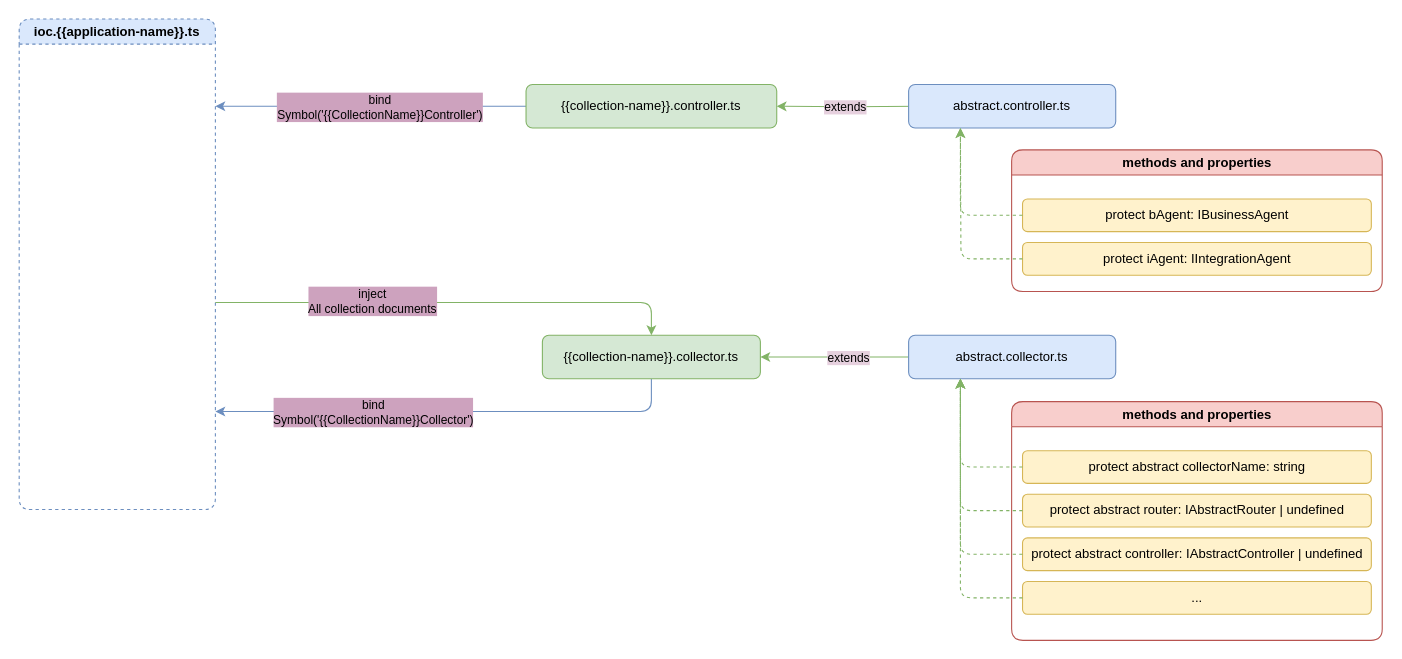
Above: documentation/server-platform/drawio/AbstractDocuments/AbstractController.drawio in Avelate/avelate-documentation (draw.io), before the change. Source tidied: cells renumbered, new cells numbered last; positions are measured from the earlier drawing's top-left corner, leaving out a move shared by most shapes. Both pictures are drawn from the tidied source at 109%, with x=0, y=0 at pixel (19, 19).
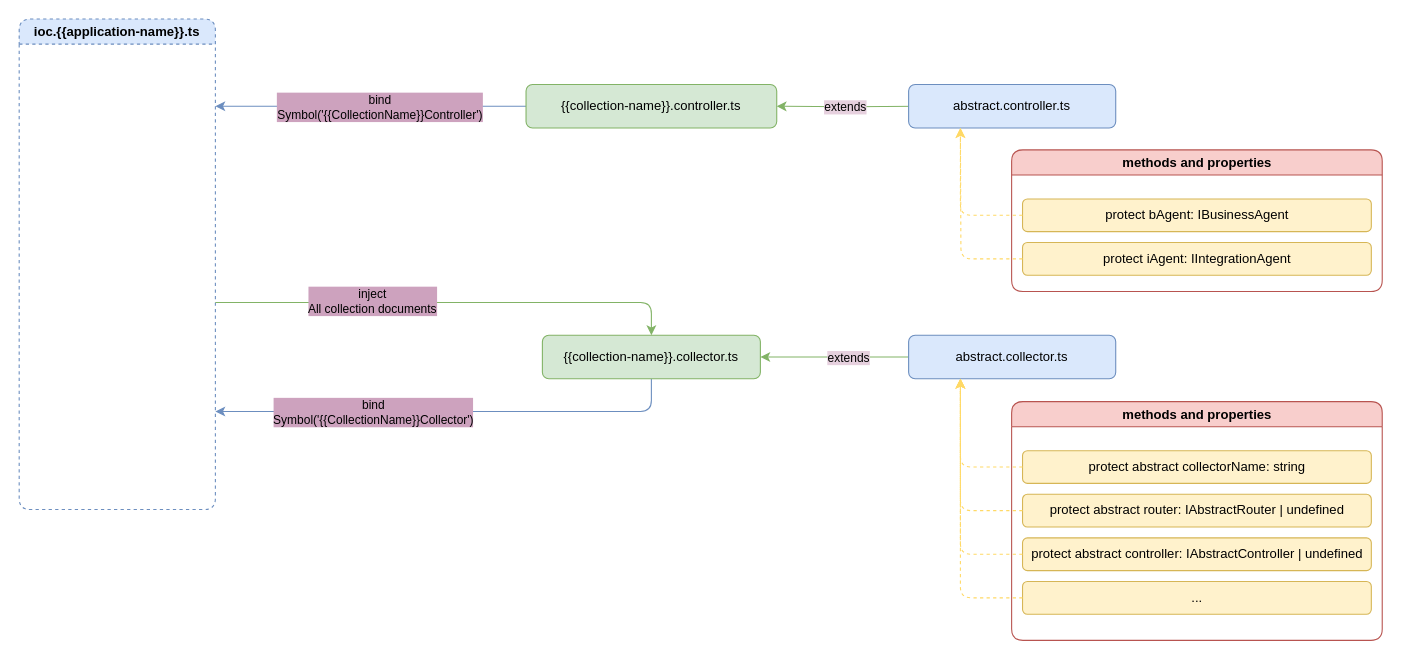
The same page after the edit.

Unchanged cells that the change refers to:
```xml
<mxCell id="7" value="abstract.controller.ts" style="rounded=1;whiteSpace=wrap;html=1;fillColor=#dae8fc;strokeColor=#6c8ebf;" parent="1" vertex="1">
  <mxGeometry x="816.1" y="60" width="190" height="40" as="geometry" />
</mxCell>
<mxCell id="9" value="protect bAgent: IBusinessAgent" style="rounded=1;whiteSpace=wrap;html=1;fillColor=#fff2cc;strokeColor=#d6b656;" parent="8" vertex="1">
  <mxGeometry x="10" y="45" width="320" height="30" as="geometry" />
</mxCell>
<mxCell id="10" value="protect iAgent: IIntegrationAgent" style="rounded=1;whiteSpace=wrap;html=1;fillColor=#fff2cc;strokeColor=#d6b656;" parent="8" vertex="1">
  <mxGeometry x="10" y="85" width="320" height="30" as="geometry" />
</mxCell>
<mxCell id="14" value="protect abstract collectorName: string" style="rounded=1;whiteSpace=wrap;html=1;fillColor=#fff2cc;strokeColor=#d6b656;" parent="13" vertex="1">
  <mxGeometry x="10" y="45" width="320" height="30" as="geometry" />
</mxCell>
<mxCell id="15" value="protect abstract router: IAbstractRouter | undefined" style="rounded=1;whiteSpace=wrap;html=1;fillColor=#fff2cc;strokeColor=#d6b656;" parent="13" vertex="1">
  <mxGeometry x="10" y="85" width="320" height="30" as="geometry" />
</mxCell>
<mxCell id="16" value="protect abstract controller: IAbstractController | undefined" style="rounded=1;whiteSpace=wrap;html=1;fillColor=#fff2cc;strokeColor=#d6b656;" parent="13" vertex="1">
  <mxGeometry x="10" y="125" width="320" height="30" as="geometry" />
</mxCell>
<mxCell id="17" value="..." style="rounded=1;whiteSpace=wrap;html=1;fillColor=#fff2cc;strokeColor=#d6b656;" parent="13" vertex="1">
  <mxGeometry x="10" y="165" width="320" height="30" as="geometry" />
</mxCell>
<mxCell id="25" value="abstract.collector.ts" style="rounded=1;whiteSpace=wrap;html=1;fillColor=#dae8fc;strokeColor=#6c8ebf;" parent="1" vertex="1">
  <mxGeometry x="816.1" y="290" width="190" height="40" as="geometry" />
</mxCell>
```

Change to the diagram source:
```diff
@@
-    <mxCell id="11" style="edgeStyle=orthogonalEdgeStyle;rounded=1;sketch=0;jumpStyle=none;jettySize=auto;html=1;entryX=0.25;entryY=1;entryDx=0;entryDy=0;shadow=0;dashed=1;strokeWidth=1;exitX=0;exitY=0.5;exitDx=0;exitDy=0;fillColor=#d5e8d4;strokeColor=#82b366;" parent="1" edge="1" source="9" target="7">
+    <mxCell id="11" style="edgeStyle=orthogonalEdgeStyle;rounded=1;sketch=0;jumpStyle=none;jettySize=auto;html=1;entryX=0.25;entryY=1;entryDx=0;entryDy=0;shadow=0;dashed=1;strokeWidth=1;exitX=0;exitY=0.5;exitDx=0;exitDy=0;fillColor=#d5e8d4;strokeColor=#FFD966;" parent="1" edge="1" source="9" target="7">
       <mxGeometry relative="1" as="geometry" />
     </mxCell>
-    <mxCell id="12" style="edgeStyle=orthogonalEdgeStyle;rounded=1;sketch=0;jumpStyle=none;jettySize=auto;html=1;entryX=0.25;entryY=1;entryDx=0;entryDy=0;shadow=0;dashed=1;strokeWidth=1;exitX=0;exitY=0.5;exitDx=0;exitDy=0;fillColor=#d5e8d4;strokeColor=#82b366;" parent="1" edge="1" source="10">
+    <mxCell id="12" style="edgeStyle=orthogonalEdgeStyle;rounded=1;sketch=0;jumpStyle=none;jettySize=auto;html=1;entryX=0.25;entryY=1;entryDx=0;entryDy=0;shadow=0;dashed=1;strokeWidth=1;exitX=0;exitY=0.5;exitDx=0;exitDy=0;fillColor=#d5e8d4;strokeColor=#FFD966;" parent="1" edge="1" source="10">
       <mxGeometry relative="1" as="geometry">
         <mxPoint x="863.6" y="100" as="targetPoint" />
       </mxGeometry>
     </mxCell>
@@
-    <mxCell id="26" style="edgeStyle=orthogonalEdgeStyle;rounded=1;jettySize=auto;html=1;entryX=0.25;entryY=1;entryDx=0;entryDy=0;exitX=0;exitY=0.5;exitDx=0;exitDy=0;fillColor=#d5e8d4;strokeColor=#82b366;dashed=1;strokeWidth=1;" parent="1" edge="1" source="14" target="25">
+    <mxCell id="26" style="edgeStyle=orthogonalEdgeStyle;rounded=1;jettySize=auto;html=1;entryX=0.25;entryY=1;entryDx=0;entryDy=0;exitX=0;exitY=0.5;exitDx=0;exitDy=0;fillColor=#d5e8d4;strokeColor=#FFD966;dashed=1;strokeWidth=1;" parent="1" edge="1" source="14" target="25">
       <mxGeometry relative="1" as="geometry" />
     </mxCell>
-    <mxCell id="27" style="edgeStyle=orthogonalEdgeStyle;rounded=1;jettySize=auto;html=1;entryX=0.25;entryY=1;entryDx=0;entryDy=0;exitX=0;exitY=0.5;exitDx=0;exitDy=0;fillColor=#d5e8d4;strokeColor=#82b366;dashed=1;" parent="1" edge="1" source="15" target="25">
+    <mxCell id="27" style="edgeStyle=orthogonalEdgeStyle;rounded=1;jettySize=auto;html=1;entryX=0.25;entryY=1;entryDx=0;entryDy=0;exitX=0;exitY=0.5;exitDx=0;exitDy=0;fillColor=#d5e8d4;strokeColor=#FFD966;dashed=1;" parent="1" edge="1" source="15" target="25">
       <mxGeometry relative="1" as="geometry" />
     </mxCell>
-    <mxCell id="28" style="edgeStyle=orthogonalEdgeStyle;rounded=1;jettySize=auto;html=1;entryX=0.25;entryY=1;entryDx=0;entryDy=0;exitX=0;exitY=0.5;exitDx=0;exitDy=0;fillColor=#d5e8d4;strokeColor=#82b366;dashed=1;" parent="1" edge="1" source="16" target="25">
+    <mxCell id="28" style="edgeStyle=orthogonalEdgeStyle;rounded=1;jettySize=auto;html=1;entryX=0.25;entryY=1;entryDx=0;entryDy=0;exitX=0;exitY=0.5;exitDx=0;exitDy=0;fillColor=#d5e8d4;strokeColor=#FFD966;dashed=1;" parent="1" edge="1" source="16" target="25">
       <mxGeometry relative="1" as="geometry" />
     </mxCell>
-    <mxCell id="29" style="edgeStyle=orthogonalEdgeStyle;rounded=1;jettySize=auto;html=1;entryX=0.25;entryY=1;entryDx=0;entryDy=0;exitX=0;exitY=0.5;exitDx=0;exitDy=0;fillColor=#d5e8d4;strokeColor=#82b366;dashed=1;" parent="1" edge="1" source="17" target="25">
+    <mxCell id="29" style="edgeStyle=orthogonalEdgeStyle;rounded=1;jettySize=auto;html=1;entryX=0.25;entryY=1;entryDx=0;entryDy=0;exitX=0;exitY=0.5;exitDx=0;exitDy=0;fillColor=#d5e8d4;strokeColor=#FFD966;dashed=1;" parent="1" edge="1" source="17" target="25">
       <mxGeometry relative="1" as="geometry" />
     </mxCell>
```
